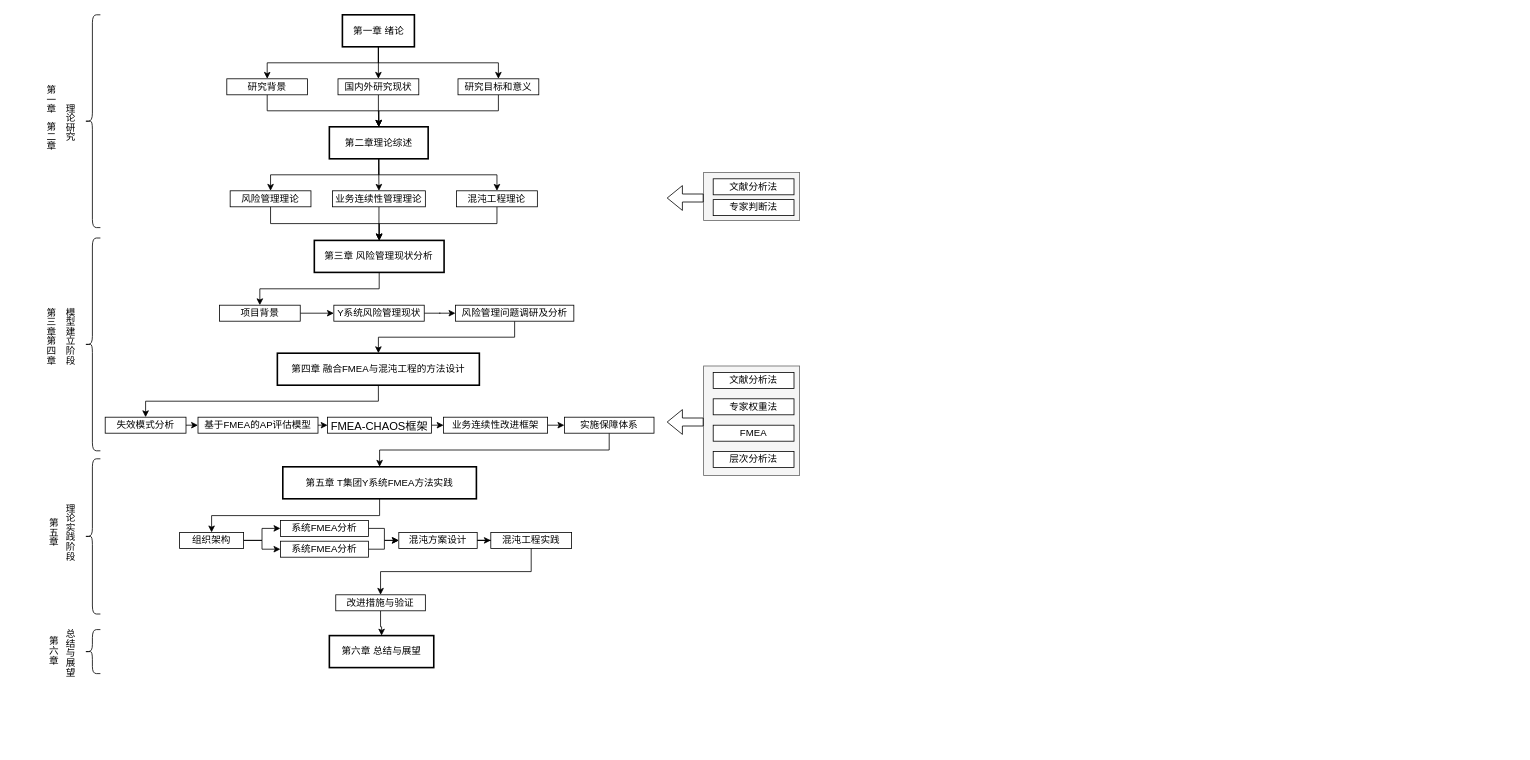
Before: 论文内容结构图.drawio in 89ao/rss2cubox, a draw.io diagram. Source tidied: cells renumbered, new cells numbered last; positions are measured from the earlier drawing's top-left corner, leaving out a move shared by most shapes. Both pictures are drawn from the tidied source at 80%, with x=0, y=0 at pixel (14, 14).
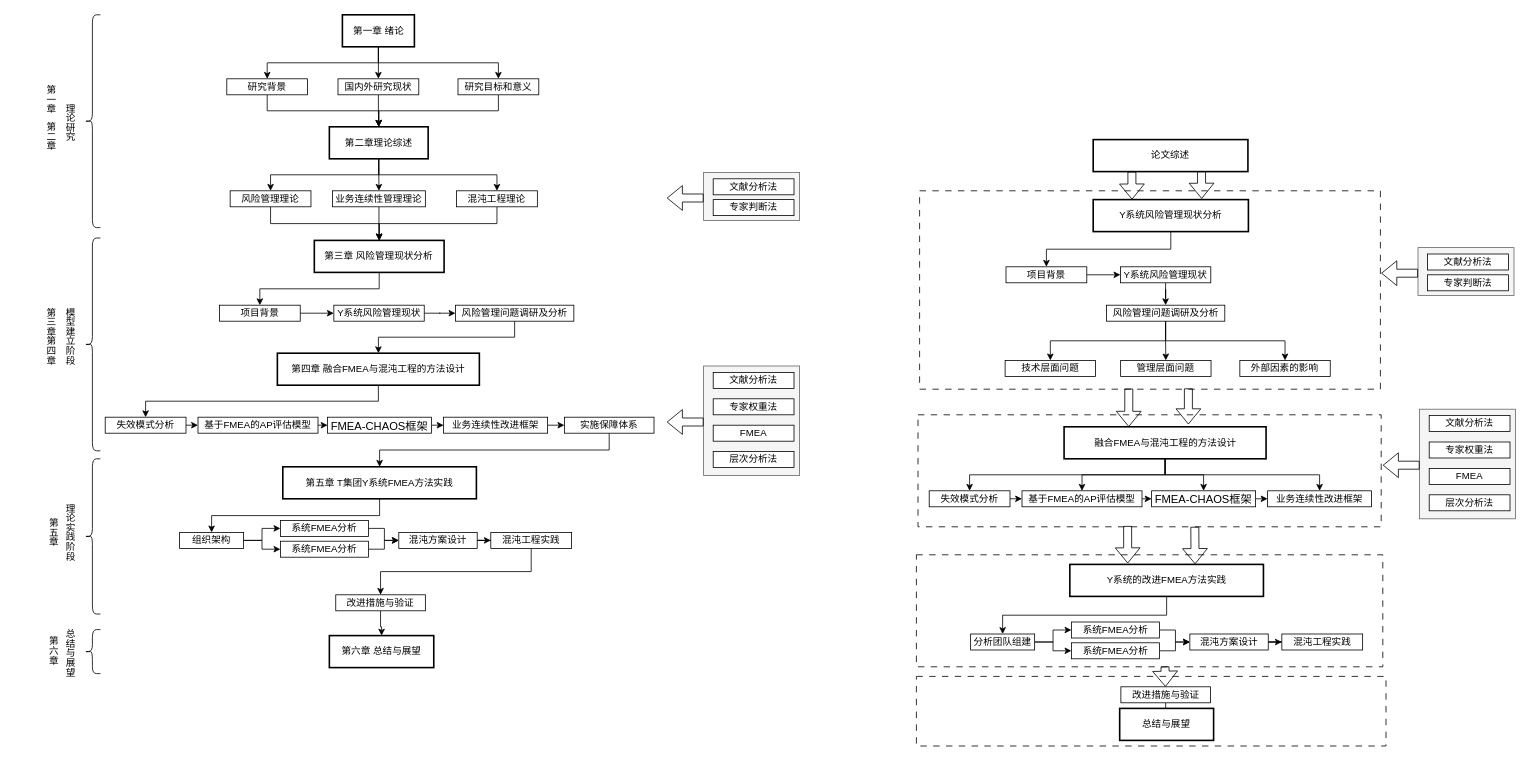
Above is the later version.

Commit message:
更新论文内容结构图.drawio

The edit, as a diff of the source:
```diff
@@
+    <mxCell id="81" style="rounded=0;whiteSpace=wrap;html=1;dashed=1;dashPattern=8 8;" parent="1" vertex="1">
+      <mxGeometry x="1128" y="827" width="587" height="87" as="geometry" />
+    </mxCell>
+    <mxCell id="82" style="rounded=0;whiteSpace=wrap;html=1;dashed=1;dashPattern=8 8;" parent="1" vertex="1">
+      <mxGeometry x="1128" y="675" width="583" height="140" as="geometry" />
+    </mxCell>
+    <mxCell id="83" style="rounded=0;whiteSpace=wrap;html=1;dashed=1;dashPattern=8 8;" parent="1" vertex="1">
+      <mxGeometry x="1130" y="500" width="579" height="140" as="geometry" />
+    </mxCell>
+    <mxCell id="84" style="rounded=0;whiteSpace=wrap;html=1;dashed=1;dashPattern=8 8;" parent="1" vertex="1">
+      <mxGeometry x="1132" y="220" width="576" height="248" as="geometry" />
+    </mxCell>
@@
+    <mxCell id="85" value="论文综述" style="rounded=0;whiteSpace=wrap;html=1;strokeWidth=2;" parent="1" vertex="1">
+      <mxGeometry x="1349" y="156" width="193.4" height="40" as="geometry" />
+    </mxCell>
+    <mxCell id="86" style="edgeStyle=orthogonalEdgeStyle;rounded=0;jettySize=auto;html=1;exitX=0.5;exitY=1;exitDx=0;exitDy=0;entryX=0.5;entryY=0;entryDx=0;entryDy=0;" parent="1" edge="1" source="87" target="96">
+      <mxGeometry relative="1" as="geometry" />
+    </mxCell>
+    <mxCell id="87" value="&lt;span style=&quot;background-color: transparent; color: light-dark(rgb(0, 0, 0), rgb(255, 255, 255));&quot;&gt;Y系统风险管理现状分析&lt;/span&gt;" style="rounded=0;whiteSpace=wrap;html=1;strokeWidth=2;" parent="1" vertex="1">
+      <mxGeometry x="1349" y="231" width="194" height="40" as="geometry" />
+    </mxCell>
+    <mxCell id="88" style="edgeStyle=orthogonalEdgeStyle;rounded=0;jettySize=auto;html=1;exitX=0.5;exitY=1;exitDx=0;exitDy=0;entryX=0.5;entryY=0;entryDx=0;entryDy=0;" parent="1" edge="1" source="92" target="107">
+      <mxGeometry relative="1" as="geometry" />
+    </mxCell>
+    <mxCell id="89" style="edgeStyle=orthogonalEdgeStyle;rounded=0;jettySize=auto;html=1;exitX=0.5;exitY=1;exitDx=0;exitDy=0;entryX=0.5;entryY=0;entryDx=0;entryDy=0;" parent="1" edge="1" source="92" target="109">
+      <mxGeometry relative="1" as="geometry" />
+    </mxCell>
+    <mxCell id="90" style="edgeStyle=orthogonalEdgeStyle;rounded=0;jettySize=auto;html=1;exitX=0.5;exitY=1;exitDx=0;exitDy=0;entryX=0.5;entryY=0;entryDx=0;entryDy=0;" parent="1" edge="1" source="92" target="112">
+      <mxGeometry relative="1" as="geometry" />
+    </mxCell>
+    <mxCell id="91" style="edgeStyle=orthogonalEdgeStyle;rounded=0;jettySize=auto;html=1;exitX=0.5;exitY=1;exitDx=0;exitDy=0;entryX=0.5;entryY=0;entryDx=0;entryDy=0;" parent="1" edge="1" source="92" target="110">
+      <mxGeometry relative="1" as="geometry" />
+    </mxCell>
+    <mxCell id="92" value="融合FMEA与混沌工程的方法设计" style="rounded=0;whiteSpace=wrap;html=1;strokeWidth=2;" parent="1" vertex="1">
+      <mxGeometry x="1312.6" y="515" width="252.5" height="40" as="geometry" />
+    </mxCell>
+    <mxCell id="93" style="edgeStyle=orthogonalEdgeStyle;rounded=0;jettySize=auto;html=1;exitX=0.5;exitY=1;exitDx=0;exitDy=0;entryX=0.5;entryY=0;entryDx=0;entryDy=0;" parent="1" edge="1" source="94" target="115">
+      <mxGeometry relative="1" as="geometry" />
+    </mxCell>
+    <mxCell id="94" value="Y系统的改进FMEA方法实践" style="rounded=0;whiteSpace=wrap;html=1;strokeWidth=2;" parent="1" vertex="1">
+      <mxGeometry x="1319.8" y="687" width="242" height="40" as="geometry" />
+    </mxCell>
+    <mxCell id="95" style="edgeStyle=orthogonalEdgeStyle;rounded=0;jettySize=auto;html=1;" parent="1" edge="1" source="96" target="98">
+      <mxGeometry relative="1" as="geometry" />
+    </mxCell>
+    <mxCell id="96" value="项目背景" style="rounded=0;whiteSpace=wrap;html=1;" parent="1" vertex="1">
+      <mxGeometry x="1240" y="315" width="101" height="20" as="geometry" />
+    </mxCell>
+    <mxCell id="97" style="edgeStyle=orthogonalEdgeStyle;rounded=0;jettySize=auto;html=1;" parent="1" edge="1" source="98" target="102">
+      <mxGeometry relative="1" as="geometry" />
+    </mxCell>
+    <mxCell id="98" value="Y系统风险管理现状" style="rounded=0;whiteSpace=wrap;html=1;" parent="1" vertex="1">
+      <mxGeometry x="1383" y="315" width="113" height="20" as="geometry" />
+    </mxCell>
+    <mxCell id="99" style="edgeStyle=orthogonalEdgeStyle;rounded=0;jettySize=auto;html=1;exitX=0.5;exitY=1;exitDx=0;exitDy=0;entryX=0.5;entryY=0;entryDx=0;entryDy=0;" parent="1" edge="1" source="102" target="103">
+      <mxGeometry relative="1" as="geometry" />
+    </mxCell>
+    <mxCell id="100" style="edgeStyle=orthogonalEdgeStyle;rounded=0;jettySize=auto;html=1;exitX=0.5;exitY=1;exitDx=0;exitDy=0;" parent="1" edge="1" source="102" target="104">
+      <mxGeometry relative="1" as="geometry" />
+    </mxCell>
+    <mxCell id="101" style="edgeStyle=orthogonalEdgeStyle;rounded=0;jettySize=auto;html=1;exitX=0.5;exitY=1;exitDx=0;exitDy=0;entryX=0.5;entryY=0;entryDx=0;entryDy=0;" parent="1" edge="1" source="102" target="105">
+      <mxGeometry relative="1" as="geometry" />
+    </mxCell>
+    <mxCell id="102" value="风险管理问题调研及分析" style="rounded=0;whiteSpace=wrap;html=1;" parent="1" vertex="1">
+      <mxGeometry x="1365.5" y="363" width="148" height="20" as="geometry" />
+    </mxCell>
+    <mxCell id="103" value="技术层面问题" style="rounded=0;whiteSpace=wrap;html=1;" parent="1" vertex="1">
+      <mxGeometry x="1238.9" y="432" width="113" height="20" as="geometry" />
+    </mxCell>
+    <mxCell id="104" value="管理层面问题" style="rounded=0;whiteSpace=wrap;html=1;" parent="1" vertex="1">
+      <mxGeometry x="1383.3" y="432" width="113" height="20" as="geometry" />
+    </mxCell>
+    <mxCell id="105" value="外部因素的影响" style="rounded=0;whiteSpace=wrap;html=1;" parent="1" vertex="1">
+      <mxGeometry x="1532.3" y="432" width="113" height="20" as="geometry" />
+    </mxCell>
+    <mxCell id="106" style="edgeStyle=orthogonalEdgeStyle;rounded=0;jettySize=auto;html=1;exitX=1;exitY=0.5;exitDx=0;exitDy=0;entryX=0;entryY=0.5;entryDx=0;entryDy=0;" parent="1" edge="1" source="107" target="109">
+      <mxGeometry relative="1" as="geometry" />
+    </mxCell>
+    <mxCell id="107" value="失效模式分析" style="rounded=0;whiteSpace=wrap;html=1;" parent="1" vertex="1">
+      <mxGeometry x="1144" y="595" width="101" height="20" as="geometry" />
+    </mxCell>
+    <mxCell id="108" style="edgeStyle=orthogonalEdgeStyle;rounded=0;jettySize=auto;html=1;exitX=1;exitY=0.5;exitDx=0;exitDy=0;entryX=0;entryY=0.5;entryDx=0;entryDy=0;" parent="1" edge="1" source="109" target="112">
+      <mxGeometry relative="1" as="geometry" />
+    </mxCell>
+    <mxCell id="109" value="基于FMEA的AP评估模型" style="rounded=0;whiteSpace=wrap;html=1;" parent="1" vertex="1">
+      <mxGeometry x="1260" y="595" width="150" height="20" as="geometry" />
+    </mxCell>
+    <mxCell id="110" value="业务连续性改进框架" style="rounded=0;whiteSpace=wrap;html=1;" parent="1" vertex="1">
+      <mxGeometry x="1567" y="595" width="130" height="20" as="geometry" />
+    </mxCell>
+    <mxCell id="111" style="edgeStyle=orthogonalEdgeStyle;rounded=0;jettySize=auto;html=1;exitX=1;exitY=0.5;exitDx=0;exitDy=0;entryX=0;entryY=0.5;entryDx=0;entryDy=0;" parent="1" edge="1" source="112" target="110">
+      <mxGeometry relative="1" as="geometry" />
+    </mxCell>
+    <mxCell id="112" value="&lt;span style=&quot;text-align: start; font-size: 10.5pt; font-family: 黑体;&quot; lang=&quot;EN-US&quot;&gt;FMEA-CHAOS&lt;/span&gt;&lt;span style=&quot;text-align: start; font-size: 10.5pt; font-family: 宋体;&quot;&gt;框架&lt;/span&gt;&lt;span style=&quot;font-size: medium; text-align: start;&quot;&gt;&lt;/span&gt;" style="rounded=0;whiteSpace=wrap;html=1;" parent="1" vertex="1">
+      <mxGeometry x="1422" y="595" width="130" height="20" as="geometry" />
+    </mxCell>
+    <mxCell id="113" style="edgeStyle=orthogonalEdgeStyle;rounded=0;jettySize=auto;html=1;exitX=1;exitY=0.5;exitDx=0;exitDy=0;entryX=0;entryY=0.5;entryDx=0;entryDy=0;" parent="1" edge="1" source="115" target="117">
+      <mxGeometry relative="1" as="geometry" />
+    </mxCell>
+    <mxCell id="114" style="edgeStyle=orthogonalEdgeStyle;rounded=0;jettySize=auto;html=1;exitX=1;exitY=0.5;exitDx=0;exitDy=0;entryX=0;entryY=0.5;entryDx=0;entryDy=0;" parent="1" edge="1" source="115" target="122">
+      <mxGeometry relative="1" as="geometry" />
+    </mxCell>
+    <mxCell id="115" value="分析团队组建" style="rounded=0;whiteSpace=wrap;html=1;" parent="1" vertex="1">
+      <mxGeometry x="1195.8" y="774" width="80" height="20" as="geometry" />
+    </mxCell>
+    <mxCell id="116" style="edgeStyle=orthogonalEdgeStyle;rounded=0;jettySize=auto;html=1;" parent="1" edge="1" source="117" target="119">
+      <mxGeometry relative="1" as="geometry" />
+    </mxCell>
+    <mxCell id="117" value="系统FMEA分析" style="rounded=0;whiteSpace=wrap;html=1;" parent="1" vertex="1">
+      <mxGeometry x="1321.8" y="759" width="110" height="20" as="geometry" />
+    </mxCell>
+    <mxCell id="118" style="edgeStyle=orthogonalEdgeStyle;rounded=0;jettySize=auto;html=1;exitX=1;exitY=0.5;exitDx=0;exitDy=0;" parent="1" edge="1" source="119" target="120">
+      <mxGeometry relative="1" as="geometry" />
+    </mxCell>
+    <mxCell id="119" value="混沌方案设计" style="rounded=0;whiteSpace=wrap;html=1;" parent="1" vertex="1">
+      <mxGeometry x="1469.8" y="774" width="98" height="20" as="geometry" />
+    </mxCell>
+    <mxCell id="120" value="混沌工程实践" style="rounded=0;whiteSpace=wrap;html=1;" parent="1" vertex="1">
+      <mxGeometry x="1584.8" y="774" width="101" height="20" as="geometry" />
+    </mxCell>
+    <mxCell id="121" style="edgeStyle=orthogonalEdgeStyle;rounded=0;jettySize=auto;html=1;exitX=1;exitY=0.5;exitDx=0;exitDy=0;entryX=0;entryY=0.5;entryDx=0;entryDy=0;" parent="1" edge="1" source="122" target="119">
+      <mxGeometry relative="1" as="geometry">
+        <Array as="points">
+          <mxPoint x="1451.8" y="795" />
+          <mxPoint x="1451.8" y="784" />
+        </Array>
+      </mxGeometry>
+    </mxCell>
+    <mxCell id="122" value="系统FMEA分析" style="rounded=0;whiteSpace=wrap;html=1;" parent="1" vertex="1">
+      <mxGeometry x="1321.8" y="785" width="110" height="20" as="geometry" />
+    </mxCell>
+    <mxCell id="123" style="edgeStyle=orthogonalEdgeStyle;rounded=0;jettySize=auto;html=1;exitX=0.5;exitY=1;exitDx=0;exitDy=0;" parent="1" edge="1" source="124" target="125">
+      <mxGeometry relative="1" as="geometry" />
+    </mxCell>
+    <mxCell id="124" value="改进措施与验证" style="rounded=0;whiteSpace=wrap;html=1;" parent="1" vertex="1">
+      <mxGeometry x="1383.6" y="840" width="112" height="20" as="geometry" />
+    </mxCell>
+    <mxCell id="125" value="总结与展望" style="rounded=0;whiteSpace=wrap;html=1;strokeWidth=2;" parent="1" vertex="1">
+      <mxGeometry x="1382.1" y="867" width="117.4" height="40" as="geometry" />
+    </mxCell>
+    <mxCell id="126" style="shape=flexArrow;endArrow=classic;html=1;rounded=0;exitX=0.25;exitY=1;exitDx=0;exitDy=0;entryX=0.25;entryY=0;entryDx=0;entryDy=0;" parent="1" edge="1" source="85" target="87">
+      <mxGeometry relative="1" as="geometry" />
+    </mxCell>
+    <mxCell id="127" style="shape=flexArrow;endArrow=classic;html=1;rounded=0;exitX=0.7;exitY=0.988;exitDx=0;exitDy=0;exitPerimeter=0;entryX=0.699;entryY=-0.024;entryDx=0;entryDy=0;entryPerimeter=0;" parent="1" edge="1" source="85" target="87">
+      <mxGeometry relative="1" as="geometry" />
+    </mxCell>
+    <mxCell id="128" style="shape=flexArrow;endArrow=classic;html=1;rounded=0;exitX=0.454;exitY=0.997;exitDx=0;exitDy=0;entryX=0.32;entryY=0.004;entryDx=0;entryDy=0;entryPerimeter=0;exitPerimeter=0;" parent="1" edge="1" source="84" target="92">
+      <mxGeometry relative="1" as="geometry" />
+    </mxCell>
+    <mxCell id="129" style="shape=flexArrow;endArrow=classic;html=1;rounded=0;" parent="1" edge="1">
+      <mxGeometry relative="1" as="geometry">
+        <mxPoint x="1468" y="467" as="sourcePoint" />
+        <mxPoint x="1468" y="512" as="targetPoint" />
+      </mxGeometry>
+    </mxCell>
+    <mxCell id="130" style="shape=flexArrow;endArrow=classic;html=1;rounded=0;entryX=0.299;entryY=-0.03;entryDx=0;entryDy=0;entryPerimeter=0;" parent="1" edge="1" target="94">
+      <mxGeometry relative="1" as="geometry">
+        <mxPoint x="1392" y="639" as="sourcePoint" />
+      </mxGeometry>
+    </mxCell>
+    <mxCell id="131" style="shape=flexArrow;endArrow=classic;html=1;rounded=0;entryX=0.647;entryY=-0.007;entryDx=0;entryDy=0;entryPerimeter=0;" parent="1" edge="1" target="94">
+      <mxGeometry relative="1" as="geometry">
+        <mxPoint x="1476" y="640" as="sourcePoint" />
+      </mxGeometry>
+    </mxCell>
+    <mxCell id="132" style="rounded=0;whiteSpace=wrap;html=1;fillColor=#f5f5f5;fontColor=#333333;strokeColor=#666666;" parent="1" vertex="1">
+      <mxGeometry x="1755" y="291" width="120" height="60" as="geometry" />
+    </mxCell>
+    <mxCell id="133" style="shape=flexArrow;endArrow=classic;html=1;rounded=0;" parent="1" edge="1">
+      <mxGeometry relative="1" as="geometry">
+        <mxPoint x="1755" y="323" as="sourcePoint" />
+        <mxPoint x="1709" y="323" as="targetPoint" />
+      </mxGeometry>
+    </mxCell>
+    <mxCell id="134" value="文献分析法" style="rounded=0;whiteSpace=wrap;html=1;" parent="1" vertex="1">
+      <mxGeometry x="1767" y="299" width="101" height="20" as="geometry" />
+    </mxCell>
+    <mxCell id="135" style="rounded=0;whiteSpace=wrap;html=1;fillColor=#f5f5f5;fontColor=#333333;strokeColor=#666666;" parent="1" vertex="1">
+      <mxGeometry x="1757" y="493" width="120" height="137" as="geometry" />
+    </mxCell>
+    <mxCell id="136" style="shape=flexArrow;endArrow=classic;html=1;rounded=0;" parent="1" edge="1">
+      <mxGeometry relative="1" as="geometry">
+        <mxPoint x="1757" y="563" as="sourcePoint" />
+        <mxPoint x="1711" y="563" as="targetPoint" />
+      </mxGeometry>
+    </mxCell>
+    <mxCell id="137" value="文献分析法" style="rounded=0;whiteSpace=wrap;html=1;" parent="1" vertex="1">
+      <mxGeometry x="1769" y="501" width="101" height="20" as="geometry" />
+    </mxCell>
+    <mxCell id="138" value="专家权重法" style="rounded=0;whiteSpace=wrap;html=1;" parent="1" vertex="1">
+      <mxGeometry x="1769" y="534" width="101" height="20" as="geometry" />
+    </mxCell>
+    <mxCell id="139" value="FMEA" style="rounded=0;whiteSpace=wrap;html=1;" parent="1" vertex="1">
+      <mxGeometry x="1769" y="567" width="101" height="20" as="geometry" />
+    </mxCell>
+    <mxCell id="140" value="层次分析法" style="rounded=0;whiteSpace=wrap;html=1;" parent="1" vertex="1">
+      <mxGeometry x="1769" y="600" width="101" height="20" as="geometry" />
+    </mxCell>
+    <mxCell id="141" value="专家判断法" style="rounded=0;whiteSpace=wrap;html=1;" parent="1" vertex="1">
+      <mxGeometry x="1767" y="325" width="101" height="20" as="geometry" />
+    </mxCell>
+    <mxCell id="142" style="shape=flexArrow;endArrow=classic;html=1;rounded=0;exitX=0.533;exitY=0.997;exitDx=0;exitDy=0;exitPerimeter=0;" parent="1" edge="1" source="82" target="124">
+      <mxGeometry relative="1" as="geometry" />
+    </mxCell>
```
